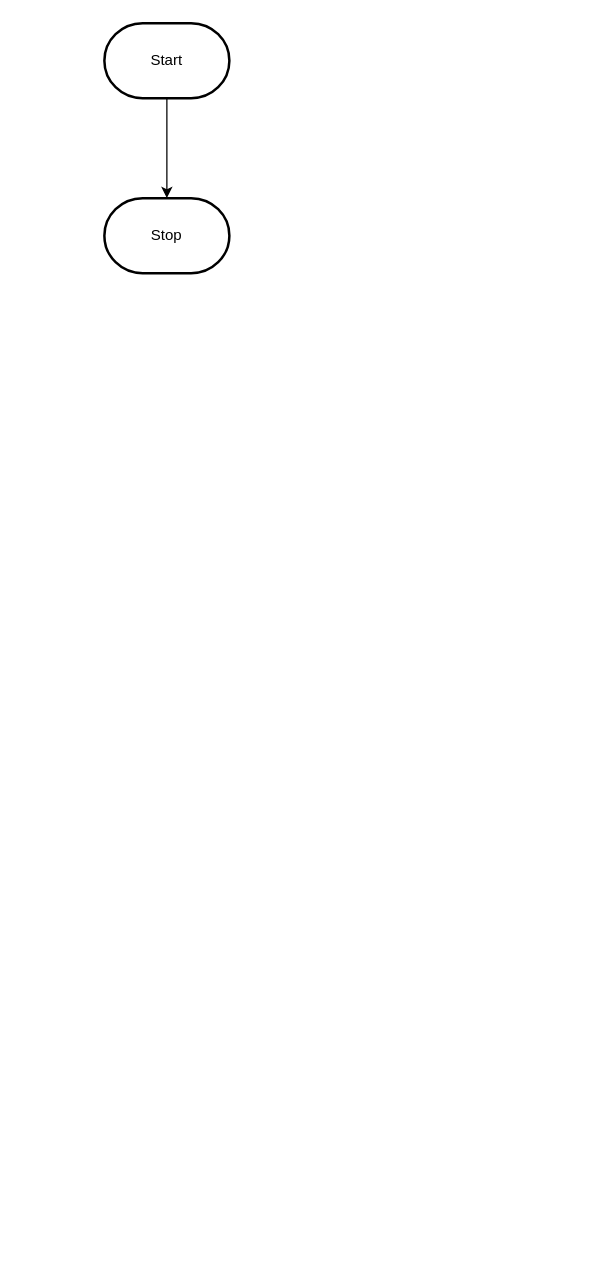
The draw.io diagram design/flowchart.drawio in MTHS-ICD2O-1-2023/ICD2O-Unit-6-04-kai-nguyen-4, before the edit. Source tidied: cells renumbered, new cells numbered last; positions are measured from the earlier drawing's top-left corner, leaving out a move shared by most shapes. Both pictures are drawn from the tidied source at 125%, with x=0, y=0 at pixel (104, 22).
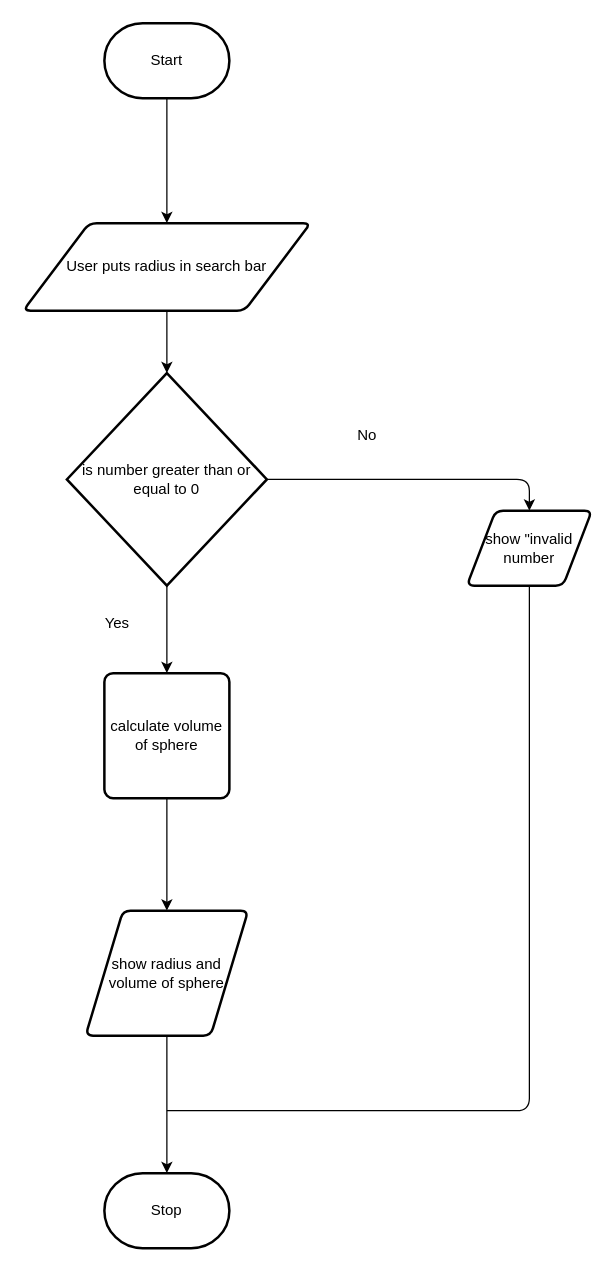
The same diagram, later.

The edit, as a diff of the source:
```diff
@@
 <mxGraphModel>
   <root>
     <mxCell id="0" />
     <mxCell id="1" parent="0" />
-    <mxCell id="2" style="edgeStyle=orthogonalEdgeStyle;html=1;rounded=0;" parent="1" edge="1" source="3" target="4">
-      <mxGeometry relative="1" as="geometry" />
-    </mxCell>
+    <mxCell id="5" style="edgeStyle=none;html=1;entryX=0.5;entryY=0;entryDx=0;entryDy=0;" parent="1" edge="1" source="3" target="2">
+      <mxGeometry relative="1" as="geometry" />
+    </mxCell>
     <mxCell id="3" value="Start" style="strokeWidth=2;html=1;shape=mxgraph.flowchart.terminator;whiteSpace=wrap;" parent="1" vertex="1">
       <mxGeometry width="100" height="60" as="geometry" />
     </mxCell>
     <mxCell id="4" value="Stop" style="strokeWidth=2;html=1;shape=mxgraph.flowchart.terminator;whiteSpace=wrap;" parent="1" vertex="1">
-      <mxGeometry y="140" width="100" height="60" as="geometry" />
+      <mxGeometry y="920" width="100" height="60" as="geometry" />
     </mxCell>
+    <mxCell id="6" style="edgeStyle=none;html=1;entryX=0.5;entryY=0;entryDx=0;entryDy=0;entryPerimeter=0;" parent="1" edge="1" source="2" target="9">
+      <mxGeometry relative="1" as="geometry" />
+    </mxCell>
+    <mxCell id="2" value="User puts radius in search bar" style="shape=parallelogram;html=1;strokeWidth=2;perimeter=parallelogramPerimeter;whiteSpace=wrap;rounded=1;arcSize=12;size=0.23;" parent="1" vertex="1">
+      <mxGeometry x="-65" y="160" width="230" height="70" as="geometry" />
+    </mxCell>
+    <mxCell id="7" style="edgeStyle=orthogonalEdgeStyle;html=1;entryX=0.5;entryY=0;entryDx=0;entryDy=0;" parent="1" edge="1" source="9" target="11">
+      <mxGeometry relative="1" as="geometry" />
+    </mxCell>
+    <mxCell id="8" style="edgeStyle=orthogonalEdgeStyle;html=1;entryX=0.5;entryY=0;entryDx=0;entryDy=0;" parent="1" edge="1" source="9" target="15">
+      <mxGeometry relative="1" as="geometry" />
+    </mxCell>
+    <mxCell id="9" value="is number greater than or equal to 0" style="strokeWidth=2;html=1;shape=mxgraph.flowchart.decision;whiteSpace=wrap;" parent="1" vertex="1">
+      <mxGeometry x="-30" y="280" width="160" height="170" as="geometry" />
+    </mxCell>
+    <mxCell id="10" style="edgeStyle=orthogonalEdgeStyle;html=1;endArrow=none;endFill=0;" parent="1" edge="1" source="11">
+      <mxGeometry relative="1" as="geometry">
+        <mxPoint x="50" y="870" as="targetPoint" />
+        <Array as="points">
+          <mxPoint x="340" y="870" />
+        </Array>
+      </mxGeometry>
+    </mxCell>
+    <mxCell id="11" value="show &quot;invalid number" style="shape=parallelogram;html=1;strokeWidth=2;perimeter=parallelogramPerimeter;whiteSpace=wrap;rounded=1;arcSize=12;size=0.23;" parent="1" vertex="1">
+      <mxGeometry x="290" y="390" width="100" height="60" as="geometry" />
+    </mxCell>
+    <mxCell id="12" style="edgeStyle=orthogonalEdgeStyle;html=1;" parent="1" edge="1" source="13" target="4">
+      <mxGeometry relative="1" as="geometry" />
+    </mxCell>
+    <mxCell id="13" value="show radius and volume of sphere" style="shape=parallelogram;html=1;strokeWidth=2;perimeter=parallelogramPerimeter;whiteSpace=wrap;rounded=1;arcSize=12;size=0.23;" parent="1" vertex="1">
+      <mxGeometry x="-15" y="710" width="130" height="100" as="geometry" />
+    </mxCell>
+    <mxCell id="14" style="edgeStyle=orthogonalEdgeStyle;html=1;entryX=0.5;entryY=0;entryDx=0;entryDy=0;" parent="1" edge="1" source="15" target="13">
+      <mxGeometry relative="1" as="geometry" />
+    </mxCell>
+    <mxCell id="15" value="calculate volume of sphere" style="rounded=1;whiteSpace=wrap;html=1;absoluteArcSize=1;arcSize=14;strokeWidth=2;" parent="1" vertex="1">
+      <mxGeometry y="520" width="100" height="100" as="geometry" />
+    </mxCell>
+    <mxCell id="16" value="No" style="text;html=1;align=center;verticalAlign=middle;strokeColor=none;fillColor=none;" parent="1" vertex="1">
+      <mxGeometry x="190" y="315" width="40" height="30" as="geometry" />
+    </mxCell>
+    <mxCell id="17" value="Yes" style="text;html=1;align=center;verticalAlign=middle;strokeColor=none;fillColor=none;" parent="1" vertex="1">
+      <mxGeometry x="-10" y="465" width="40" height="30" as="geometry" />
+    </mxCell>
   </root>
 </mxGraphModel>
```
